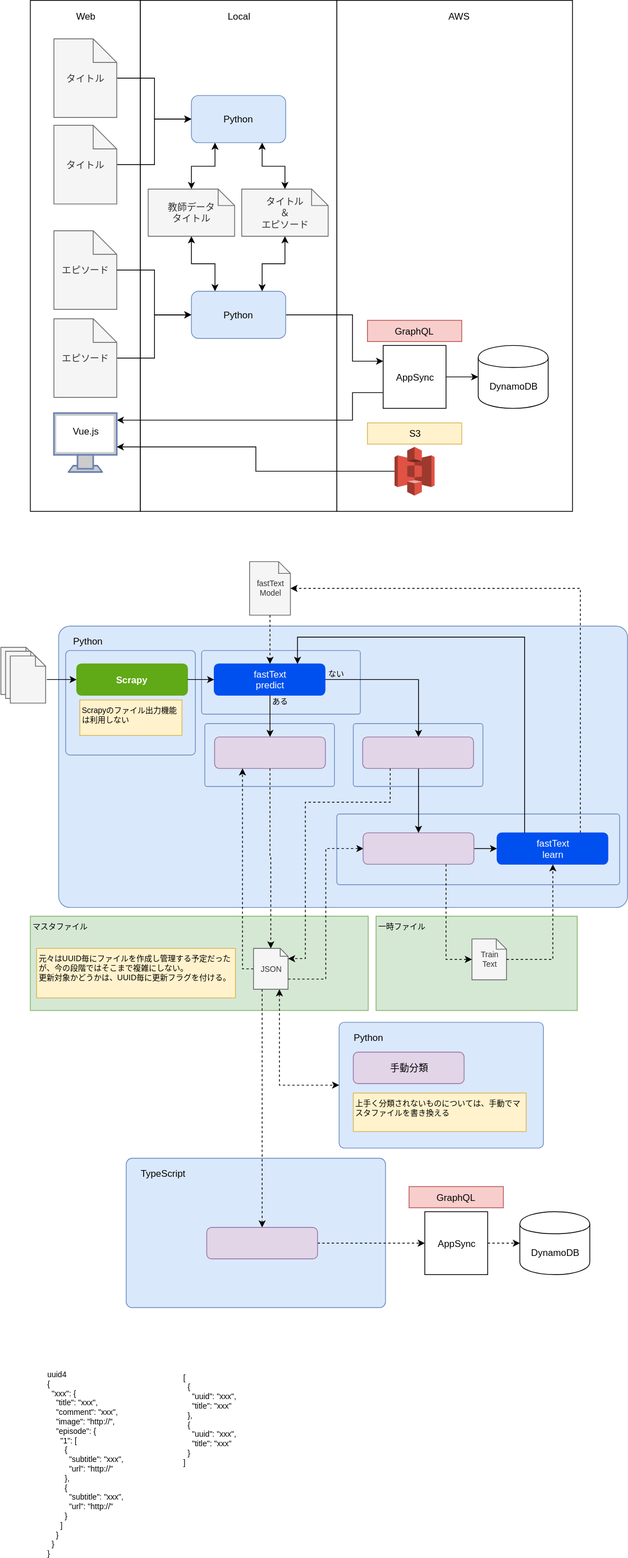
Earlier version of the draw.io export Booklyn.svg (shakamo/booklyn2). Source tidied: cells renumbered, new cells last; positions are measured from the earlier drawing's top-left corner, leaving out a move shared by most shapes.
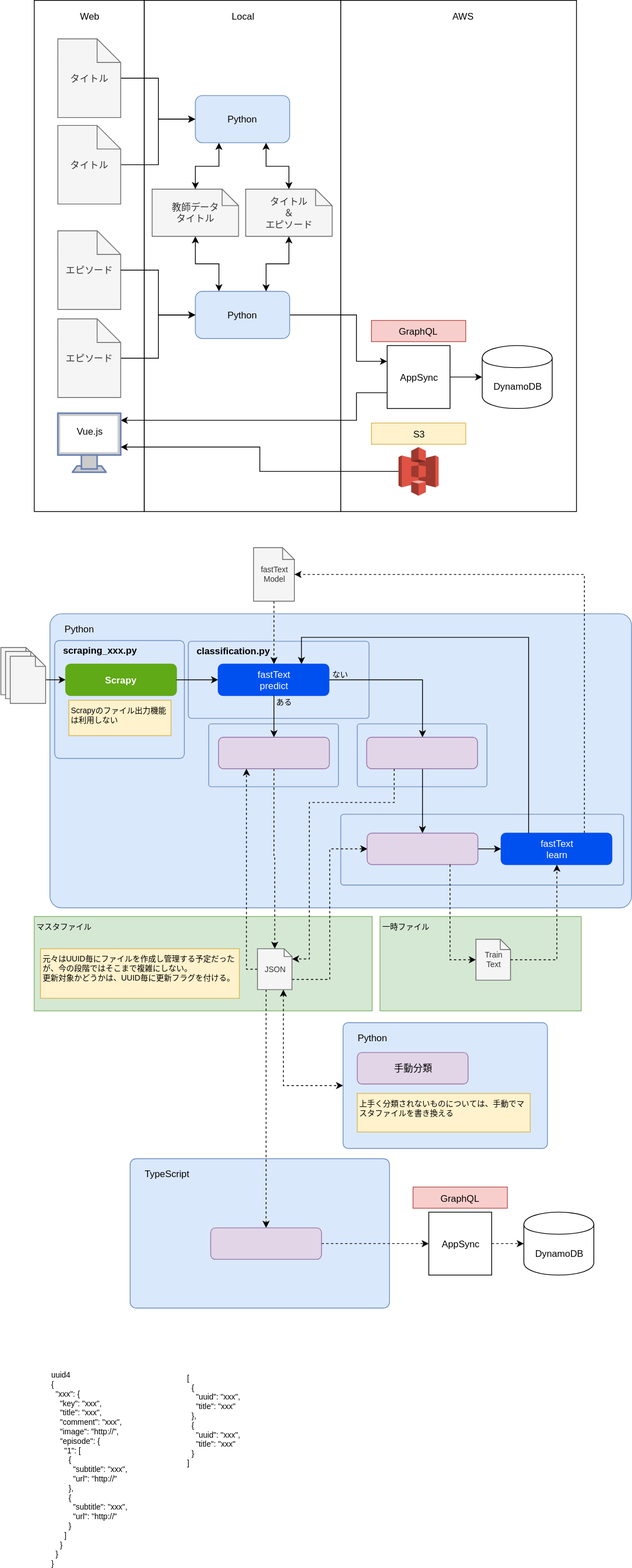
Later version of the same file.

Diff of the diagram source:
```diff
@@ -9,7 +9,7 @@
       <mxGeometry x="431" y="1300" width="260" height="160" as="geometry" />
     </mxCell>
     <mxCell id="4" value="Python" style="rounded=1;whiteSpace=wrap;html=1;fillColor=#dae8fc;strokeColor=#6c8ebf;verticalAlign=top;align=left;spacing=0;spacingTop=7;spacingLeft=18;arcSize=4;" parent="1" vertex="1">
-      <mxGeometry x="74" y="796" width="724" height="358" as="geometry" />
+      <mxGeometry x="58" y="780" width="740" height="374" as="geometry" />
     </mxCell>
     <mxCell id="5" style="rounded=1;whiteSpace=wrap;html=1;fillColor=#dae8fc;strokeColor=#6c8ebf;verticalAlign=top;align=left;spacing=0;spacingTop=7;spacingLeft=18;arcSize=4;" parent="1" vertex="1">
       <mxGeometry x="449" y="920" width="165" height="80" as="geometry" />
@@ -17,11 +17,11 @@
     <mxCell id="6" style="rounded=1;whiteSpace=wrap;html=1;fillColor=#dae8fc;strokeColor=#6c8ebf;verticalAlign=top;align=left;spacing=0;spacingTop=7;spacingLeft=18;arcSize=4;" parent="1" vertex="1">
       <mxGeometry x="260" y="920" width="165" height="80" as="geometry" />
     </mxCell>
-    <mxCell id="7" style="rounded=1;whiteSpace=wrap;html=1;fillColor=#dae8fc;strokeColor=#6c8ebf;verticalAlign=top;align=left;spacing=0;spacingTop=7;spacingLeft=18;arcSize=4;" parent="1" vertex="1">
-      <mxGeometry x="256" y="827" width="202" height="81" as="geometry" />
+    <mxCell id="7" value="classification.py" style="rounded=1;whiteSpace=wrap;html=1;fillColor=#dae8fc;strokeColor=#6c8ebf;verticalAlign=top;align=left;spacing=0;spacingTop=0;spacingLeft=10;arcSize=4;fontStyle=1;" parent="1" vertex="1">
+      <mxGeometry x="234" y="815" width="230" height="98" as="geometry" />
     </mxCell>
-    <mxCell id="8" style="rounded=1;whiteSpace=wrap;html=1;fillColor=#dae8fc;strokeColor=#6c8ebf;verticalAlign=top;align=left;spacing=0;spacingTop=7;spacingLeft=18;arcSize=4;" parent="1" vertex="1">
-      <mxGeometry x="83" y="827" width="165" height="133" as="geometry" />
+    <mxCell id="8" value="scraping_xxx.py" style="rounded=1;whiteSpace=wrap;html=1;fillColor=#dae8fc;strokeColor=#6c8ebf;verticalAlign=top;align=left;spacing=0;spacingTop=0;spacingLeft=10;arcSize=4;fontStyle=1;" parent="1" vertex="1">
+      <mxGeometry x="64" y="814" width="165" height="150" as="geometry" />
     </mxCell>
     <mxCell id="9" style="rounded=1;whiteSpace=wrap;html=1;fillColor=#dae8fc;strokeColor=#6c8ebf;verticalAlign=top;align=left;spacing=0;spacingTop=7;spacingLeft=18;arcSize=4;" parent="1" vertex="1">
       <mxGeometry x="428" y="1035" width="360" height="90" as="geometry" />
@@ -137,7 +137,7 @@
       <mxGeometry x="88" y="538" width="40" height="20" as="geometry" />
     </mxCell>
     <mxCell id="43" style="shape=note;whiteSpace=wrap;html=1;backgroundOutline=1;fillColor=#f5f5f5;strokeColor=#666666;fontColor=#333333;size=13;" parent="1" vertex="1">
-      <mxGeometry x="0.5" y="823" width="45" height="60" as="geometry" />
+      <mxGeometry x="-4.5" y="823" width="45" height="60" as="geometry" />
     </mxCell>
     <mxCell id="44" style="edgeStyle=orthogonalEdgeStyle;rounded=0;html=1;entryX=1;entryY=0.71;entryPerimeter=0;startArrow=none;startFill=0;jettySize=auto;exitX=0;exitY=0.5;exitPerimeter=0;" parent="1" edge="1" source="45">
       <mxGeometry relative="1" as="geometry">
@@ -147,10 +147,8 @@
     <mxCell id="45" style="outlineConnect=0;dashed=0;verticalLabelPosition=bottom;verticalAlign=top;align=center;html=1;shape=mxgraph.aws3.s3;fillColor=#E05243;gradientColor=none;" parent="1" vertex="1">
       <mxGeometry x="501.5" y="568" width="51" height="62" as="geometry" />
     </mxCell>
-    <mxCell id="46" style="edgeStyle=orthogonalEdgeStyle;rounded=0;html=1;entryX=0;entryY=0.5;startArrow=none;startFill=0;jettySize=auto;" parent="1" edge="1" target="55">
-      <mxGeometry relative="1" as="geometry">
-        <mxPoint x="59" y="864" as="sourcePoint" />
-      </mxGeometry>
+    <mxCell id="46" style="edgeStyle=orthogonalEdgeStyle;rounded=0;html=1;entryX=0;entryY=0.5;startArrow=none;startFill=0;jettySize=auto;exitX=1;exitY=0.5;" parent="1" edge="1" source="82" target="55">
+      <mxGeometry relative="1" as="geometry" />
     </mxCell>
     <mxCell id="47" style="edgeStyle=orthogonalEdgeStyle;rounded=0;html=1;entryX=0;entryY=0.5;startArrow=none;startFill=0;endArrow=classic;endFill=1;jettySize=auto;fontSize=12;exitX=1;exitY=0.75;dashed=1;" parent="1" edge="1" source="74" target="59">
       <mxGeometry relative="1" as="geometry">
@@ -170,7 +168,7 @@
       <mxGeometry x="272" y="844" width="141" height="40" as="geometry" />
     </mxCell>
     <mxCell id="51" value="fastText&lt;br style=&quot;font-size: 10px;&quot;&gt;Model&lt;br style=&quot;font-size: 10px;&quot;&gt;" style="shape=note;whiteSpace=wrap;html=1;backgroundOutline=1;fillColor=#f5f5f5;strokeColor=#666666;fontColor=#333333;size=15;fontSize=10;" parent="1" vertex="1">
-      <mxGeometry x="317" y="714" width="52" height="68" as="geometry" />
+      <mxGeometry x="317" y="696" width="52" height="68" as="geometry" />
     </mxCell>
     <mxCell id="52" style="edgeStyle=orthogonalEdgeStyle;rounded=0;html=1;entryX=0.5;entryY=0;dashed=1;startArrow=none;startFill=0;endArrow=classic;endFill=1;jettySize=auto;fontSize=12;exitX=0.25;exitY=1;" parent="1" edge="1" source="74" target="67">
       <mxGeometry relative="1" as="geometry" />
@@ -187,7 +185,7 @@
       <mxGeometry x="467" y="537.5" width="120" height="27" as="geometry" />
     </mxCell>
     <mxCell id="55" value="&lt;h1 style=&quot;font-size: 12px;&quot;&gt;Scrapy&lt;/h1&gt;" style="rounded=1;whiteSpace=wrap;html=1;fillColor=#60a917;strokeColor=#60a917;verticalAlign=middle;fontColor=#ffffff;fontSize=12;" parent="1" vertex="1">
-      <mxGeometry x="97" y="844" width="141" height="40" as="geometry" />
+      <mxGeometry x="78" y="844" width="141" height="40" as="geometry" />
     </mxCell>
     <mxCell id="56" style="edgeStyle=orthogonalEdgeStyle;rounded=0;html=1;entryX=0;entryY=0.5;startArrow=none;startFill=0;endArrow=classic;endFill=1;jettySize=auto;fontSize=12;exitX=1;exitY=0.5;" parent="1" edge="1" source="55" target="50">
       <mxGeometry relative="1" as="geometry" />
@@ -198,7 +196,7 @@
     <mxCell id="58" style="edgeStyle=orthogonalEdgeStyle;rounded=0;html=1;entryX=1;entryY=0.5;startArrow=none;startFill=0;endArrow=classic;endFill=1;jettySize=auto;fontSize=12;dashed=1;exitX=0.75;exitY=0;" parent="1" edge="1" source="79" target="51">
       <mxGeometry relative="1" as="geometry">
         <Array as="points">
-          <mxPoint x="738" y="748" />
+          <mxPoint x="738" y="730" />
         </Array>
       </mxGeometry>
     </mxCell>
@@ -248,7 +246,7 @@
       <mxGeometry x="520" y="1509" width="120" height="27" as="geometry" />
     </mxCell>
     <mxCell id="72" value="Scrapyのファイル出力機能は利用しない" style="text;html=1;strokeColor=#d6b656;fillColor=#fff2cc;align=left;verticalAlign=top;whiteSpace=wrap;rounded=0;fontSize=10;" parent="1" vertex="1">
-      <mxGeometry x="101" y="890" width="130" height="45" as="geometry" />
+      <mxGeometry x="82" y="890" width="130" height="45" as="geometry" />
     </mxCell>
     <mxCell id="73" style="edgeStyle=orthogonalEdgeStyle;rounded=0;html=1;entryX=0.25;entryY=1;startArrow=none;startFill=0;jettySize=auto;exitX=0;exitY=0.5;dashed=1;" parent="1" edge="1" source="74" target="60">
       <mxGeometry relative="1" as="geometry">
@@ -287,10 +285,10 @@
       </mxGeometry>
     </mxCell>
     <mxCell id="81" style="shape=note;whiteSpace=wrap;html=1;backgroundOutline=1;fillColor=#f5f5f5;strokeColor=#666666;fontColor=#333333;size=13;" parent="1" vertex="1">
-      <mxGeometry x="6.5" y="828" width="45" height="60" as="geometry" />
+      <mxGeometry x="1.5" y="828" width="45" height="60" as="geometry" />
     </mxCell>
     <mxCell id="82" style="shape=note;whiteSpace=wrap;html=1;backgroundOutline=1;fillColor=#f5f5f5;strokeColor=#666666;fontColor=#333333;size=13;" parent="1" vertex="1">
-      <mxGeometry x="12.5" y="834" width="45" height="60" as="geometry" />
+      <mxGeometry x="7.5" y="834" width="45" height="60" as="geometry" />
     </mxCell>
     <mxCell id="83" style="edgeStyle=orthogonalEdgeStyle;rounded=0;html=1;entryX=0.75;entryY=0;startArrow=none;startFill=0;endArrow=classic;endFill=1;jettySize=auto;fontSize=12;exitX=0.25;exitY=0;" parent="1" edge="1" source="79" target="50">
       <mxGeometry relative="1" as="geometry">
@@ -303,8 +301,8 @@
     <mxCell id="84" value="手動分類" style="rounded=1;whiteSpace=wrap;html=1;fillColor=#e1d5e7;strokeColor=#9673a6;verticalAlign=middle;fontSize=12;" parent="1" vertex="1">
       <mxGeometry x="449" y="1338" width="141" height="40" as="geometry" />
     </mxCell>
-    <mxCell id="85" value="&lt;div&gt;uuid4&lt;/div&gt;&lt;div&gt;{&lt;/div&gt;&lt;div&gt;&amp;nbsp; &quot;xxx&quot;: {&lt;/div&gt;&lt;div&gt;&amp;nbsp; &amp;nbsp; &quot;title&quot;: &quot;xxx&quot;,&lt;/div&gt;&lt;div&gt;&amp;nbsp; &amp;nbsp; &quot;comment&quot;: &quot;xxx&quot;,&lt;/div&gt;&lt;div&gt;&amp;nbsp; &amp;nbsp; &quot;image&quot;: &quot;http://&quot;,&lt;/div&gt;&lt;div&gt;&amp;nbsp; &amp;nbsp; &quot;episode&quot;: {&lt;/div&gt;&lt;div&gt;&amp;nbsp; &amp;nbsp; &amp;nbsp; &quot;1&quot;: [&lt;/div&gt;&lt;div&gt;&amp;nbsp; &amp;nbsp; &amp;nbsp; &amp;nbsp; {&lt;/div&gt;&lt;div&gt;&amp;nbsp; &amp;nbsp; &amp;nbsp; &amp;nbsp; &amp;nbsp; &quot;subtitle&quot;: &quot;xxx&quot;,&lt;/div&gt;&lt;div&gt;&amp;nbsp; &amp;nbsp; &amp;nbsp; &amp;nbsp; &amp;nbsp; &quot;url&quot;: &quot;http://&quot;&lt;/div&gt;&lt;div&gt;&amp;nbsp; &amp;nbsp; &amp;nbsp; &amp;nbsp; },&lt;/div&gt;&lt;div&gt;&amp;nbsp; &amp;nbsp; &amp;nbsp; &amp;nbsp; {&lt;/div&gt;&lt;div&gt;&amp;nbsp; &amp;nbsp; &amp;nbsp; &amp;nbsp; &amp;nbsp; &quot;subtitle&quot;: &quot;xxx&quot;,&lt;/div&gt;&lt;div&gt;&amp;nbsp; &amp;nbsp; &amp;nbsp; &amp;nbsp; &amp;nbsp; &quot;url&quot;: &quot;http://&quot;&lt;/div&gt;&lt;div&gt;&amp;nbsp; &amp;nbsp; &amp;nbsp; &amp;nbsp; }&lt;/div&gt;&lt;div&gt;&amp;nbsp; &amp;nbsp; &amp;nbsp; ]&lt;/div&gt;&lt;div&gt;&amp;nbsp; &amp;nbsp; }&lt;/div&gt;&lt;div&gt;&amp;nbsp; }&lt;/div&gt;&lt;div&gt;}&lt;/div&gt;" style="text;html=1;align=left;verticalAlign=top;spacingTop=-4;fontSize=10;" parent="1" vertex="1">
-      <mxGeometry x="57.5" y="1740" width="110" height="240" as="geometry" />
+    <mxCell id="85" value="&lt;div&gt;uuid4&lt;/div&gt;&lt;div&gt;{&lt;/div&gt;&lt;div&gt;&amp;nbsp; &quot;xxx&quot;: {&lt;/div&gt;&lt;div&gt;&amp;nbsp; &amp;nbsp; &quot;key&quot;: &quot;xxx&quot;,&lt;/div&gt;&lt;div&gt;&amp;nbsp; &amp;nbsp; &quot;title&quot;: &quot;xxx&quot;,&lt;/div&gt;&lt;div&gt;&lt;span&gt;&amp;nbsp; &amp;nbsp; &quot;comment&quot;: &quot;xxx&quot;,&lt;/span&gt;&lt;br&gt;&lt;/div&gt;&lt;div&gt;&amp;nbsp; &amp;nbsp; &quot;image&quot;: &quot;http://&quot;,&lt;/div&gt;&lt;div&gt;&amp;nbsp; &amp;nbsp; &quot;episode&quot;: {&lt;/div&gt;&lt;div&gt;&amp;nbsp; &amp;nbsp; &amp;nbsp; &quot;1&quot;: [&lt;/div&gt;&lt;div&gt;&amp;nbsp; &amp;nbsp; &amp;nbsp; &amp;nbsp; {&lt;/div&gt;&lt;div&gt;&amp;nbsp; &amp;nbsp; &amp;nbsp; &amp;nbsp; &amp;nbsp; &quot;subtitle&quot;: &quot;xxx&quot;,&lt;/div&gt;&lt;div&gt;&amp;nbsp; &amp;nbsp; &amp;nbsp; &amp;nbsp; &amp;nbsp; &quot;url&quot;: &quot;http://&quot;&lt;/div&gt;&lt;div&gt;&amp;nbsp; &amp;nbsp; &amp;nbsp; &amp;nbsp; },&lt;/div&gt;&lt;div&gt;&amp;nbsp; &amp;nbsp; &amp;nbsp; &amp;nbsp; {&lt;/div&gt;&lt;div&gt;&amp;nbsp; &amp;nbsp; &amp;nbsp; &amp;nbsp; &amp;nbsp; &quot;subtitle&quot;: &quot;xxx&quot;,&lt;/div&gt;&lt;div&gt;&amp;nbsp; &amp;nbsp; &amp;nbsp; &amp;nbsp; &amp;nbsp; &quot;url&quot;: &quot;http://&quot;&lt;/div&gt;&lt;div&gt;&amp;nbsp; &amp;nbsp; &amp;nbsp; &amp;nbsp; }&lt;/div&gt;&lt;div&gt;&amp;nbsp; &amp;nbsp; &amp;nbsp; ]&lt;/div&gt;&lt;div&gt;&amp;nbsp; &amp;nbsp; }&lt;/div&gt;&lt;div&gt;&amp;nbsp; }&lt;/div&gt;&lt;div&gt;}&lt;/div&gt;" style="text;html=1;align=left;verticalAlign=top;spacingTop=-4;fontSize=10;" parent="1" vertex="1">
+      <mxGeometry x="57.5" y="1740" width="110" height="250" as="geometry" />
     </mxCell>
     <mxCell id="86" value="&lt;div&gt;[&lt;/div&gt;&lt;div&gt;&amp;nbsp; {&lt;/div&gt;&lt;div&gt;&amp;nbsp; &amp;nbsp; &quot;uuid&quot;: &quot;xxx&quot;,&lt;/div&gt;&lt;div&gt;&amp;nbsp; &amp;nbsp; &quot;title&quot;: &quot;xxx&quot;&lt;/div&gt;&lt;div&gt;&amp;nbsp; },&lt;/div&gt;&lt;div&gt;&amp;nbsp; {&lt;/div&gt;&lt;div&gt;&amp;nbsp; &amp;nbsp; &quot;uuid&quot;: &quot;xxx&quot;,&lt;/div&gt;&lt;div&gt;&amp;nbsp; &amp;nbsp; &quot;title&quot;: &quot;xxx&quot;&lt;/div&gt;&lt;div&gt;&amp;nbsp; }&lt;/div&gt;&lt;div&gt;]&lt;/div&gt;" style="text;html=1;fontSize=10;" parent="1" vertex="1">
       <mxGeometry x="231" y="1740" width="90" height="150" as="geometry" />
```
